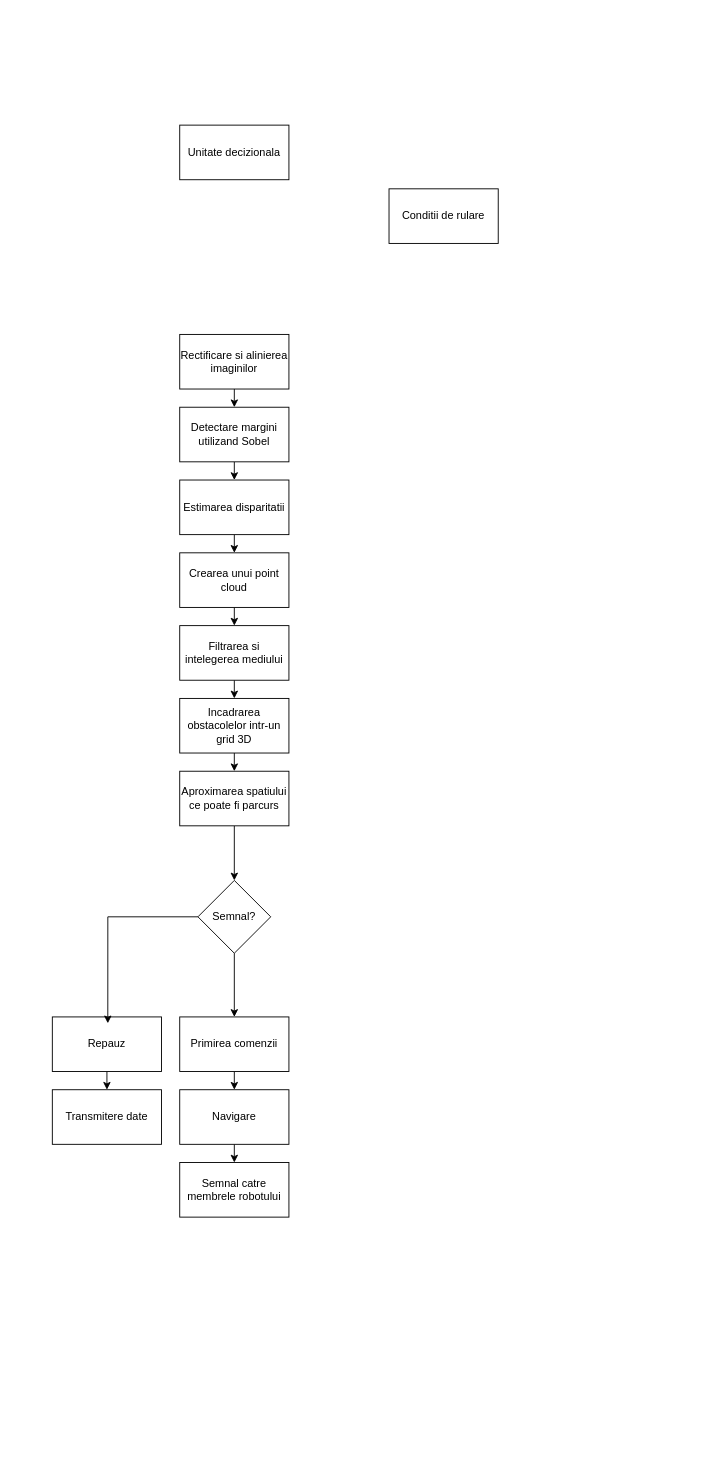
The draw.io diagram schema-concept.drawio in PumpKPie/quadruped-development, before the edit. Source tidied: cells renumbered, new cells numbered last; positions are measured from the earlier drawing's top-left corner, leaving out a move shared by most shapes. Both pictures are drawn from the tidied source at 91%, with x=0, y=0 at pixel (52, 125).
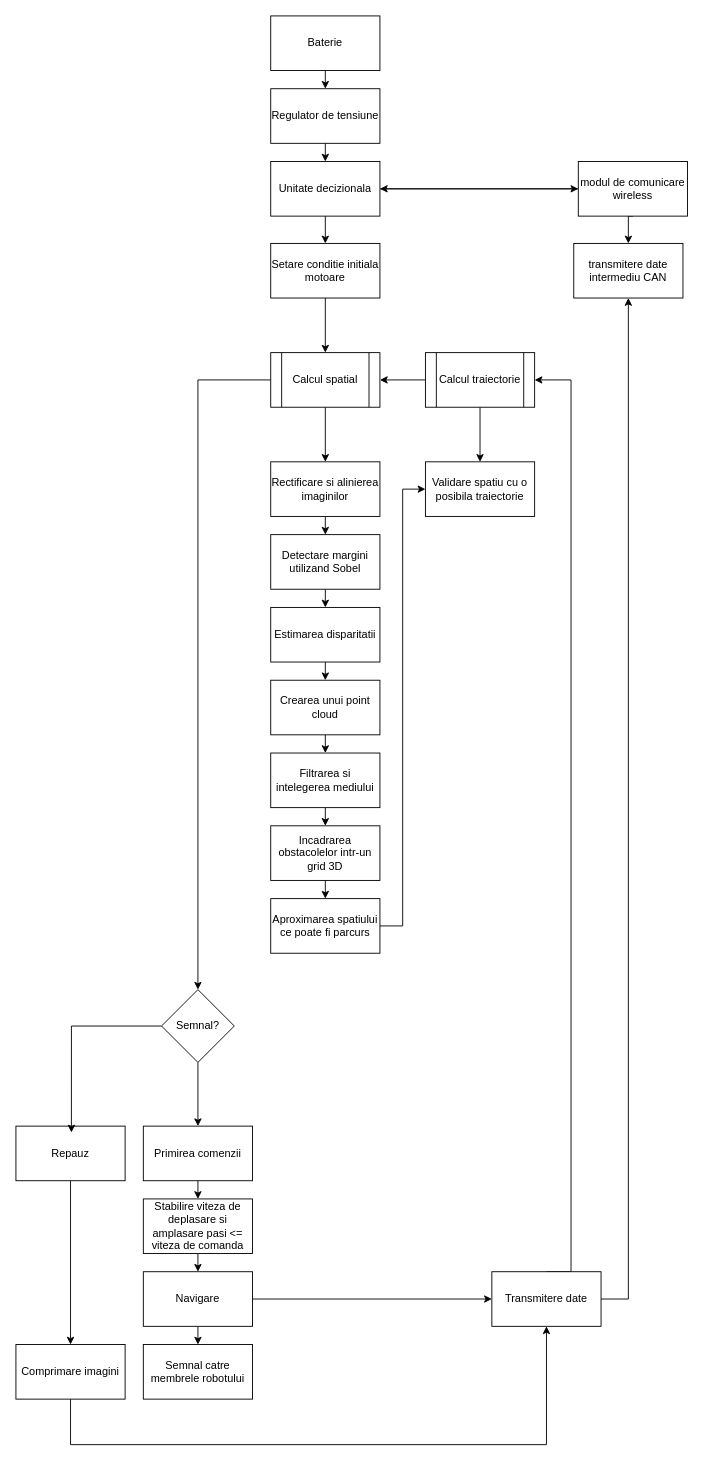
The same diagram, later.

What changed in the source:
```diff
@@
+    <mxCell id="29" style="edgeStyle=orthogonalEdgeStyle;rounded=0;jettySize=auto;html=1;exitX=0.5;exitY=1;exitDx=0;exitDy=0;entryX=0.5;entryY=0;entryDx=0;entryDy=0;" parent="1" edge="1" source="2" target="46">
+      <mxGeometry relative="1" as="geometry" />
+    </mxCell>
+    <mxCell id="30" style="edgeStyle=orthogonalEdgeStyle;rounded=0;jettySize=auto;html=1;exitX=1;exitY=0.5;exitDx=0;exitDy=0;entryX=0;entryY=0.5;entryDx=0;entryDy=0;" parent="1" edge="1" source="2" target="39">
+      <mxGeometry relative="1" as="geometry" />
+    </mxCell>
     <mxCell id="2" value="Unitate decizionala" style="rounded=0;whiteSpace=wrap;html=1;" parent="1" vertex="1">
-      <mxGeometry x="140" width="120" height="60" as="geometry" />
+      <mxGeometry x="240" y="40" width="120" height="60" as="geometry" />
     </mxCell>
-    <mxCell id="3" value="Conditii de rulare" style="rounded=0;whiteSpace=wrap;html=1;" parent="1" vertex="1">
-      <mxGeometry x="370" y="70" width="120" height="60" as="geometry" />
-    </mxCell>
@@
     <mxCell id="5" value="Rectificare si alinierea imaginilor" style="rounded=0;whiteSpace=wrap;html=1;" parent="1" vertex="1">
-      <mxGeometry x="140" y="230" width="120" height="60" as="geometry" />
+      <mxGeometry x="240" y="370" width="120" height="60" as="geometry" />
     </mxCell>
@@
     <mxCell id="7" value="Detectare margini utilizand Sobel" style="rounded=0;whiteSpace=wrap;html=1;" parent="1" vertex="1">
-      <mxGeometry x="140" y="310" width="120" height="60" as="geometry" />
+      <mxGeometry x="240" y="450" width="120" height="60" as="geometry" />
     </mxCell>
@@
     <mxCell id="9" value="Estimarea disparitatii" style="rounded=0;whiteSpace=wrap;html=1;" parent="1" vertex="1">
-      <mxGeometry x="140" y="390" width="120" height="60" as="geometry" />
+      <mxGeometry x="240" y="530" width="120" height="60" as="geometry" />
     </mxCell>
@@
     <mxCell id="11" value="Crearea unui point cloud" style="rounded=0;whiteSpace=wrap;html=1;" parent="1" vertex="1">
-      <mxGeometry x="140" y="470" width="120" height="60" as="geometry" />
+      <mxGeometry x="240" y="610" width="120" height="60" as="geometry" />
     </mxCell>
@@
     <mxCell id="13" value="Filtrarea si intelegerea mediului" style="rounded=0;whiteSpace=wrap;html=1;" parent="1" vertex="1">
-      <mxGeometry x="140" y="550" width="120" height="60" as="geometry" />
+      <mxGeometry x="240" y="690" width="120" height="60" as="geometry" />
     </mxCell>
@@
     <mxCell id="15" value="Incadrarea obstacolelor intr-un grid 3D" style="rounded=0;whiteSpace=wrap;html=1;" parent="1" vertex="1">
-      <mxGeometry x="140" y="630" width="120" height="60" as="geometry" />
+      <mxGeometry x="240" y="770" width="120" height="60" as="geometry" />
     </mxCell>
-    <mxCell id="16" style="edgeStyle=orthogonalEdgeStyle;rounded=0;jettySize=auto;html=1;exitX=0.5;exitY=1;exitDx=0;exitDy=0;entryX=0.5;entryY=0;entryDx=0;entryDy=0;" parent="1" edge="1" source="17" target="24">
-      <mxGeometry relative="1" as="geometry" />
-    </mxCell>
+    <mxCell id="31" style="edgeStyle=orthogonalEdgeStyle;rounded=0;jettySize=auto;html=1;exitX=1;exitY=0.5;exitDx=0;exitDy=0;entryX=0;entryY=0.5;entryDx=0;entryDy=0;" parent="1" edge="1" source="17" target="56">
+      <mxGeometry relative="1" as="geometry" />
+    </mxCell>
     <mxCell id="17" value="Aproximarea spatiului ce poate fi parcurs" style="rounded=0;whiteSpace=wrap;html=1;" parent="1" vertex="1">
-      <mxGeometry x="140" y="710" width="120" height="60" as="geometry" />
+      <mxGeometry x="240" y="850" width="120" height="60" as="geometry" />
     </mxCell>
-    <mxCell id="18" style="edgeStyle=orthogonalEdgeStyle;rounded=0;jettySize=auto;html=1;exitX=0.5;exitY=1;exitDx=0;exitDy=0;entryX=0.5;entryY=0;entryDx=0;entryDy=0;" parent="1" edge="1" source="19" target="21">
-      <mxGeometry relative="1" as="geometry" />
-    </mxCell>
+    <mxCell id="32" style="edgeStyle=orthogonalEdgeStyle;rounded=0;jettySize=auto;html=1;exitX=0.5;exitY=1;exitDx=0;exitDy=0;entryX=0.5;entryY=0;entryDx=0;entryDy=0;" parent="1" edge="1" source="19" target="44">
+      <mxGeometry relative="1" as="geometry" />
+    </mxCell>
     <mxCell id="19" value="Primirea comenzii" style="rounded=0;whiteSpace=wrap;html=1;" parent="1" vertex="1">
-      <mxGeometry x="140" y="980" width="120" height="60" as="geometry" />
+      <mxGeometry x="100" y="1100" width="120" height="60" as="geometry" />
     </mxCell>
@@
+    <mxCell id="33" style="edgeStyle=orthogonalEdgeStyle;rounded=0;jettySize=auto;html=1;exitX=1;exitY=0.5;exitDx=0;exitDy=0;entryX=0;entryY=0.5;entryDx=0;entryDy=0;" parent="1" edge="1" source="21" target="49">
+      <mxGeometry relative="1" as="geometry" />
+    </mxCell>
     <mxCell id="21" value="Navigare" style="rounded=0;whiteSpace=wrap;html=1;" parent="1" vertex="1">
-      <mxGeometry x="140" y="1060" width="120" height="60" as="geometry" />
+      <mxGeometry x="100" y="1260" width="120" height="60" as="geometry" />
     </mxCell>
     <mxCell id="22" value="Semnal catre membrele robotului" style="rounded=0;whiteSpace=wrap;html=1;" parent="1" vertex="1">
-      <mxGeometry x="140" y="1140" width="120" height="60" as="geometry" />
+      <mxGeometry x="100" y="1340" width="120" height="60" as="geometry" />
     </mxCell>
@@
     <mxCell id="24" value="Semnal?" style="rhombus;whiteSpace=wrap;html=1;" parent="1" vertex="1">
-      <mxGeometry x="160" y="830" width="80" height="80" as="geometry" />
+      <mxGeometry x="120" y="950" width="80" height="80" as="geometry" />
     </mxCell>
@@
     <mxCell id="26" value="Repauz" style="rounded=0;whiteSpace=wrap;html=1;" parent="1" vertex="1">
-      <mxGeometry y="980" width="120" height="60" as="geometry" />
+      <mxGeometry x="-40" y="1100" width="120" height="60" as="geometry" />
     </mxCell>
@@
+    <mxCell id="34" style="edgeStyle=orthogonalEdgeStyle;rounded=0;jettySize=auto;html=1;exitX=0.5;exitY=1;exitDx=0;exitDy=0;entryX=0.5;entryY=1;entryDx=0;entryDy=0;" parent="1" edge="1" source="28" target="49">
+      <mxGeometry relative="1" as="geometry">
+        <Array as="points">
+          <mxPoint x="20" y="1450" />
+          <mxPoint x="543" y="1450" />
+        </Array>
+      </mxGeometry>
+    </mxCell>
-    <mxCell id="28" value="Transmitere date" style="rounded=0;whiteSpace=wrap;html=1;" parent="1" vertex="1">
-      <mxGeometry y="1060" width="120" height="60" as="geometry" />
+    <mxCell id="28" value="Comprimare imagini" style="rounded=0;whiteSpace=wrap;html=1;" parent="1" vertex="1">
+      <mxGeometry x="-40" y="1340" width="120" height="60" as="geometry" />
     </mxCell>
+    <mxCell id="35" style="edgeStyle=orthogonalEdgeStyle;rounded=0;jettySize=auto;html=1;exitX=0.5;exitY=1;exitDx=0;exitDy=0;entryX=0.5;entryY=0;entryDx=0;entryDy=0;" parent="1" edge="1" source="36" target="41">
+      <mxGeometry relative="1" as="geometry" />
+    </mxCell>
+    <mxCell id="36" value="Baterie" style="rounded=0;whiteSpace=wrap;html=1;" parent="1" vertex="1">
+      <mxGeometry x="240" y="-120" width="120" height="60" as="geometry" />
+    </mxCell>
+    <mxCell id="37" style="edgeStyle=orthogonalEdgeStyle;rounded=0;jettySize=auto;html=1;exitX=0.5;exitY=1;exitDx=0;exitDy=0;entryX=0.5;entryY=0;entryDx=0;entryDy=0;" parent="1" edge="1" source="39" target="42">
+      <mxGeometry relative="1" as="geometry" />
+    </mxCell>
+    <mxCell id="38" style="edgeStyle=orthogonalEdgeStyle;rounded=0;jettySize=auto;html=1;exitX=0;exitY=0.5;exitDx=0;exitDy=0;entryX=1;entryY=0.5;entryDx=0;entryDy=0;" parent="1" edge="1" source="39" target="2">
+      <mxGeometry relative="1" as="geometry" />
+    </mxCell>
+    <mxCell id="39" value="modul de comunicare wireless" style="rounded=0;whiteSpace=wrap;html=1;" parent="1" vertex="1">
+      <mxGeometry x="578" y="40" width="120" height="60" as="geometry" />
+    </mxCell>
+    <mxCell id="40" style="edgeStyle=orthogonalEdgeStyle;rounded=0;jettySize=auto;html=1;exitX=0.5;exitY=1;exitDx=0;exitDy=0;entryX=0.5;entryY=0;entryDx=0;entryDy=0;" parent="1" edge="1" source="41" target="2">
+      <mxGeometry relative="1" as="geometry" />
+    </mxCell>
+    <mxCell id="41" value="Regulator de tensiune" style="rounded=0;whiteSpace=wrap;html=1;" parent="1" vertex="1">
+      <mxGeometry x="240" y="-40" width="120" height="60" as="geometry" />
+    </mxCell>
+    <mxCell id="42" value="transmitere date intermediu CAN" style="rounded=0;whiteSpace=wrap;html=1;" parent="1" vertex="1">
+      <mxGeometry x="573" y="130" width="120" height="60" as="geometry" />
+    </mxCell>
+    <mxCell id="43" style="edgeStyle=orthogonalEdgeStyle;rounded=0;jettySize=auto;html=1;exitX=0.5;exitY=1;exitDx=0;exitDy=0;entryX=0.5;entryY=0;entryDx=0;entryDy=0;" parent="1" edge="1" source="44" target="21">
+      <mxGeometry relative="1" as="geometry" />
+    </mxCell>
+    <mxCell id="44" value="Stabilire viteza de deplasare si amplasare pasi &amp;lt;= viteza de comanda" style="rounded=0;whiteSpace=wrap;html=1;" parent="1" vertex="1">
+      <mxGeometry x="100" y="1180" width="120" height="60" as="geometry" />
+    </mxCell>
+    <mxCell id="45" style="edgeStyle=orthogonalEdgeStyle;rounded=0;jettySize=auto;html=1;exitX=0.5;exitY=1;exitDx=0;exitDy=0;entryX=0.5;entryY=0;entryDx=0;entryDy=0;" parent="1" edge="1" source="46" target="55">
+      <mxGeometry relative="1" as="geometry" />
+    </mxCell>
+    <mxCell id="46" value="Setare conditie initiala motoare" style="rounded=0;whiteSpace=wrap;html=1;" parent="1" vertex="1">
+      <mxGeometry x="240" y="130" width="120" height="60" as="geometry" />
+    </mxCell>
+    <mxCell id="47" style="edgeStyle=orthogonalEdgeStyle;rounded=0;jettySize=auto;html=1;exitX=0.5;exitY=0;exitDx=0;exitDy=0;entryX=1;entryY=0.5;entryDx=0;entryDy=0;" parent="1" edge="1" source="49" target="52">
+      <mxGeometry relative="1" as="geometry">
+        <Array as="points">
+          <mxPoint x="570" y="1260" />
+          <mxPoint x="570" y="280" />
+        </Array>
+      </mxGeometry>
+    </mxCell>
+    <mxCell id="48" style="edgeStyle=orthogonalEdgeStyle;rounded=0;jettySize=auto;html=1;exitX=1;exitY=0.5;exitDx=0;exitDy=0;entryX=0.5;entryY=1;entryDx=0;entryDy=0;" parent="1" edge="1" source="49" target="42">
+      <mxGeometry relative="1" as="geometry" />
+    </mxCell>
+    <mxCell id="49" value="Transmitere date" style="rounded=0;whiteSpace=wrap;html=1;" parent="1" vertex="1">
+      <mxGeometry x="483" y="1260" width="120" height="60" as="geometry" />
+    </mxCell>
+    <mxCell id="50" style="edgeStyle=orthogonalEdgeStyle;rounded=0;jettySize=auto;html=1;exitX=0;exitY=0.5;exitDx=0;exitDy=0;entryX=1;entryY=0.5;entryDx=0;entryDy=0;" parent="1" edge="1" source="52" target="55">
+      <mxGeometry relative="1" as="geometry" />
+    </mxCell>
+    <mxCell id="51" style="edgeStyle=orthogonalEdgeStyle;rounded=0;jettySize=auto;html=1;exitX=0.5;exitY=1;exitDx=0;exitDy=0;entryX=0.5;entryY=0;entryDx=0;entryDy=0;" parent="1" edge="1" source="52" target="56">
+      <mxGeometry relative="1" as="geometry" />
+    </mxCell>
+    <mxCell id="52" value="Calcul traiectorie" style="shape=process;whiteSpace=wrap;html=1;backgroundOutline=1;" parent="1" vertex="1">
+      <mxGeometry x="410" y="250" width="120" height="60" as="geometry" />
+    </mxCell>
+    <mxCell id="53" style="edgeStyle=orthogonalEdgeStyle;rounded=0;jettySize=auto;html=1;exitX=0.5;exitY=1;exitDx=0;exitDy=0;entryX=0.5;entryY=0;entryDx=0;entryDy=0;" parent="1" edge="1" source="55" target="5">
+      <mxGeometry relative="1" as="geometry" />
+    </mxCell>
+    <mxCell id="54" style="edgeStyle=orthogonalEdgeStyle;rounded=0;jettySize=auto;html=1;exitX=0;exitY=0.5;exitDx=0;exitDy=0;entryX=0.5;entryY=0;entryDx=0;entryDy=0;" parent="1" edge="1" source="55" target="24">
+      <mxGeometry relative="1" as="geometry" />
+    </mxCell>
+    <mxCell id="55" value="Calcul spatial" style="shape=process;whiteSpace=wrap;html=1;backgroundOutline=1;" parent="1" vertex="1">
+      <mxGeometry x="240" y="250" width="120" height="60" as="geometry" />
+    </mxCell>
+    <mxCell id="56" value="Validare spatiu cu o posibila traiectorie" style="rounded=0;whiteSpace=wrap;html=1;" parent="1" vertex="1">
+      <mxGeometry x="410" y="370" width="120" height="60" as="geometry" />
+    </mxCell>
```
